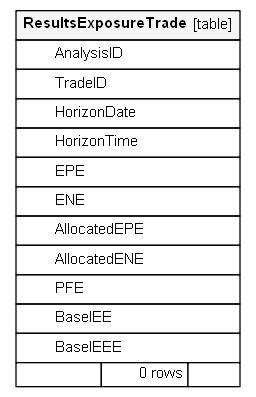
This is docs/schemaDoc/diagrams/orphans/ResultsExposureTrade.1degree.png from rkapl123/OreControl, a Graphviz export, as it was before one commit. Its source is kept beside it as docs/schemaDoc/diagrams/orphans/ResultsExposureTrade.1degree.dot. Its diagram source:
```dot
digraph "ResultsExposureTrade" {
  graph [
    rankdir="RL"
    bgcolor="#ffffff"
    nodesep="0.18"
    ranksep="0.46"
    fontname="Helvetica"
    fontsize="11"
    ration="compress"
  ];
  node [
    fontname="Helvetica"
    fontsize="11"
    shape="plaintext"
  ];
  edge [
    arrowsize="0.8"
  ];
  "ResultsExposureTrade" [
   label=<
    <TABLE BORDER="0" CELLBORDER="1" CELLSPACING="0" BGCOLOR="#ffffff">
      <TR><TD COLSPAN="3"  BGCOLOR="#f5f5f5"><TABLE BORDER="0" CELLSPACING="0"><TR><TD ALIGN="LEFT"><B>ResultsExposureTrade</B></TD><TD ALIGN="RIGHT">[table]</TD></TR></TABLE></TD></TR>
      <TR><TD PORT="AnalysisID" COLSPAN="3" ALIGN="LEFT"><TABLE BORDER="0" CELLSPACING="0" ALIGN="LEFT"><TR ALIGN="LEFT"><TD ALIGN="LEFT" FIXEDSIZE="TRUE" WIDTH="15" HEIGHT="16"></TD><TD ALIGN="LEFT" FIXEDSIZE="TRUE" WIDTH="130" HEIGHT="16">AnalysisID</TD></TR></TABLE></TD></TR>
      <TR><TD PORT="TradeID" COLSPAN="3" ALIGN="LEFT"><TABLE BORDER="0" CELLSPACING="0" ALIGN="LEFT"><TR ALIGN="LEFT"><TD ALIGN="LEFT" FIXEDSIZE="TRUE" WIDTH="15" HEIGHT="16"></TD><TD ALIGN="LEFT" FIXEDSIZE="TRUE" WIDTH="130" HEIGHT="16">TradeID</TD></TR></TABLE></TD></TR>
      <TR><TD PORT="HorizonDate" COLSPAN="3" ALIGN="LEFT"><TABLE BORDER="0" CELLSPACING="0" ALIGN="LEFT"><TR ALIGN="LEFT"><TD ALIGN="LEFT" FIXEDSIZE="TRUE" WIDTH="15" HEIGHT="16"></TD><TD ALIGN="LEFT" FIXEDSIZE="TRUE" WIDTH="130" HEIGHT="16">HorizonDate</TD></TR></TABLE></TD></TR>
      <TR><TD PORT="HorizonTime" COLSPAN="3" ALIGN="LEFT"><TABLE BORDER="0" CELLSPACING="0" ALIGN="LEFT"><TR ALIGN="LEFT"><TD ALIGN="LEFT" FIXEDSIZE="TRUE" WIDTH="15" HEIGHT="16"></TD><TD ALIGN="LEFT" FIXEDSIZE="TRUE" WIDTH="130" HEIGHT="16">HorizonTime</TD></TR></TABLE></TD></TR>
      <TR><TD PORT="EPE" COLSPAN="3" ALIGN="LEFT"><TABLE BORDER="0" CELLSPACING="0" ALIGN="LEFT"><TR ALIGN="LEFT"><TD ALIGN="LEFT" FIXEDSIZE="TRUE" WIDTH="15" HEIGHT="16"></TD><TD ALIGN="LEFT" FIXEDSIZE="TRUE" WIDTH="130" HEIGHT="16">EPE</TD></TR></TABLE></TD></TR>
      <TR><TD PORT="ENE" COLSPAN="3" ALIGN="LEFT"><TABLE BORDER="0" CELLSPACING="0" ALIGN="LEFT"><TR ALIGN="LEFT"><TD ALIGN="LEFT" FIXEDSIZE="TRUE" WIDTH="15" HEIGHT="16"></TD><TD ALIGN="LEFT" FIXEDSIZE="TRUE" WIDTH="130" HEIGHT="16">ENE</TD></TR></TABLE></TD></TR>
      <TR><TD PORT="AllocatedEPE" COLSPAN="3" ALIGN="LEFT"><TABLE BORDER="0" CELLSPACING="0" ALIGN="LEFT"><TR ALIGN="LEFT"><TD ALIGN="LEFT" FIXEDSIZE="TRUE" WIDTH="15" HEIGHT="16"></TD><TD ALIGN="LEFT" FIXEDSIZE="TRUE" WIDTH="130" HEIGHT="16">AllocatedEPE</TD></TR></TABLE></TD></TR>
      <TR><TD PORT="AllocatedENE" COLSPAN="3" ALIGN="LEFT"><TABLE BORDER="0" CELLSPACING="0" ALIGN="LEFT"><TR ALIGN="LEFT"><TD ALIGN="LEFT" FIXEDSIZE="TRUE" WIDTH="15" HEIGHT="16"></TD><TD ALIGN="LEFT" FIXEDSIZE="TRUE" WIDTH="130" HEIGHT="16">AllocatedENE</TD></TR></TABLE></TD></TR>
      <TR><TD PORT="PFE" COLSPAN="3" ALIGN="LEFT"><TABLE BORDER="0" CELLSPACING="0" ALIGN="LEFT"><TR ALIGN="LEFT"><TD ALIGN="LEFT" FIXEDSIZE="TRUE" WIDTH="15" HEIGHT="16"></TD><TD ALIGN="LEFT" FIXEDSIZE="TRUE" WIDTH="130" HEIGHT="16">PFE</TD></TR></TABLE></TD></TR>
      <TR><TD PORT="BaselEE" COLSPAN="3" ALIGN="LEFT"><TABLE BORDER="0" CELLSPACING="0" ALIGN="LEFT"><TR ALIGN="LEFT"><TD ALIGN="LEFT" FIXEDSIZE="TRUE" WIDTH="15" HEIGHT="16"></TD><TD ALIGN="LEFT" FIXEDSIZE="TRUE" WIDTH="130" HEIGHT="16">BaselEE</TD></TR></TABLE></TD></TR>
      <TR><TD PORT="BaselEEE" COLSPAN="3" ALIGN="LEFT"><TABLE BORDER="0" CELLSPACING="0" ALIGN="LEFT"><TR ALIGN="LEFT"><TD ALIGN="LEFT" FIXEDSIZE="TRUE" WIDTH="15" HEIGHT="16"></TD><TD ALIGN="LEFT" FIXEDSIZE="TRUE" WIDTH="130" HEIGHT="16">BaselEEE</TD></TR></TABLE></TD></TR>
      <TR><TD ALIGN="LEFT" BGCOLOR="#ffffff">  </TD><TD ALIGN="RIGHT" BGCOLOR="#ffffff">0 rows</TD><TD ALIGN="RIGHT" BGCOLOR="#ffffff">  </TD></TR>
    </TABLE>>
    URL="tables/ResultsExposureTrade.html"
    tooltip="ResultsExposureTrade"
  ];
}
```
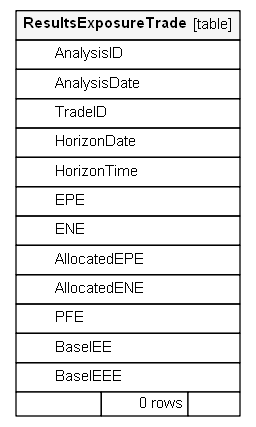
Later version of the same file.

What changed in the source:
```diff
@@ -21,6 +21,7 @@
     <TABLE BORDER="0" CELLBORDER="1" CELLSPACING="0" BGCOLOR="#ffffff">
       <TR><TD COLSPAN="3"  BGCOLOR="#f5f5f5"><TABLE BORDER="0" CELLSPACING="0"><TR><TD ALIGN="LEFT"><B>ResultsExposureTrade</B></TD><TD ALIGN="RIGHT">[table]</TD></TR></TABLE></TD></TR>
       <TR><TD PORT="AnalysisID" COLSPAN="3" ALIGN="LEFT"><TABLE BORDER="0" CELLSPACING="0" ALIGN="LEFT"><TR ALIGN="LEFT"><TD ALIGN="LEFT" FIXEDSIZE="TRUE" WIDTH="15" HEIGHT="16"></TD><TD ALIGN="LEFT" FIXEDSIZE="TRUE" WIDTH="130" HEIGHT="16">AnalysisID</TD></TR></TABLE></TD></TR>
+      <TR><TD PORT="AnalysisDate" COLSPAN="3" ALIGN="LEFT"><TABLE BORDER="0" CELLSPACING="0" ALIGN="LEFT"><TR ALIGN="LEFT"><TD ALIGN="LEFT" FIXEDSIZE="TRUE" WIDTH="15" HEIGHT="16"></TD><TD ALIGN="LEFT" FIXEDSIZE="TRUE" WIDTH="130" HEIGHT="16">AnalysisDate</TD></TR></TABLE></TD></TR>
       <TR><TD PORT="TradeID" COLSPAN="3" ALIGN="LEFT"><TABLE BORDER="0" CELLSPACING="0" ALIGN="LEFT"><TR ALIGN="LEFT"><TD ALIGN="LEFT" FIXEDSIZE="TRUE" WIDTH="15" HEIGHT="16"></TD><TD ALIGN="LEFT" FIXEDSIZE="TRUE" WIDTH="130" HEIGHT="16">TradeID</TD></TR></TABLE></TD></TR>
       <TR><TD PORT="HorizonDate" COLSPAN="3" ALIGN="LEFT"><TABLE BORDER="0" CELLSPACING="0" ALIGN="LEFT"><TR ALIGN="LEFT"><TD ALIGN="LEFT" FIXEDSIZE="TRUE" WIDTH="15" HEIGHT="16"></TD><TD ALIGN="LEFT" FIXEDSIZE="TRUE" WIDTH="130" HEIGHT="16">HorizonDate</TD></TR></TABLE></TD></TR>
       <TR><TD PORT="HorizonTime" COLSPAN="3" ALIGN="LEFT"><TABLE BORDER="0" CELLSPACING="0" ALIGN="LEFT"><TR ALIGN="LEFT"><TD ALIGN="LEFT" FIXEDSIZE="TRUE" WIDTH="15" HEIGHT="16"></TD><TD ALIGN="LEFT" FIXEDSIZE="TRUE" WIDTH="130" HEIGHT="16">HorizonTime</TD></TR></TABLE></TD></TR>
```
